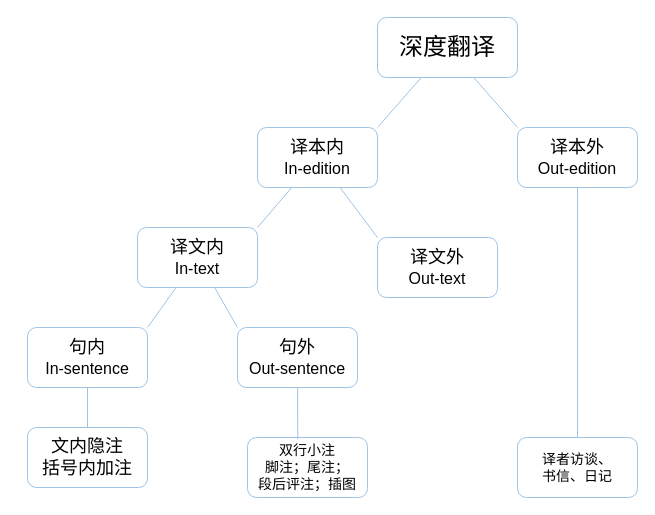
Earlier version of the draw.io diagram guangzi.drawio (Ajiandcircle/test). Source tidied: cells renumbered, new cells numbered last; positions are measured from the earlier drawing's top-left corner, leaving out a move shared by most shapes. Both pictures are drawn from the tidied source at 100%, with x=0, y=0 at pixel (27, 17).
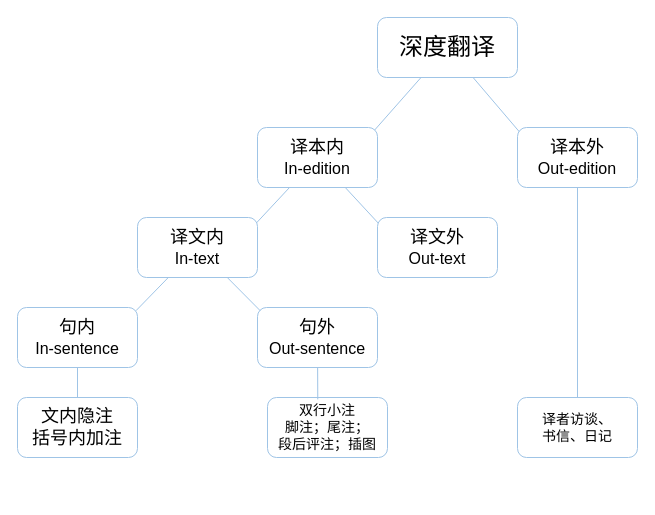
The same diagram, later.

The change refers to these unchanged cells:
```xml
<mxCell id="5" value="&lt;font style=&quot;font-size: 24px;&quot;&gt;深度翻译&lt;/font&gt;" style="rounded=1;whiteSpace=wrap;html=1;strokeColor=#9FC4E6;" parent="1" vertex="1">
  <mxGeometry x="350" width="140" height="60" as="geometry" />
</mxCell>
<mxCell id="8" value="&lt;font style=&quot;font-size: 18px;&quot;&gt;译本内&lt;/font&gt;&lt;div style=&quot;&quot;&gt;&lt;font style=&quot;font-size: 16px;&quot;&gt;In-edition&lt;/font&gt;&lt;/div&gt;" style="rounded=1;whiteSpace=wrap;html=1;strokeColor=#9FC4E6;" parent="1" vertex="1">
  <mxGeometry x="230" y="110" width="120" height="60" as="geometry" />
</mxCell>
<mxCell id="10" value="&lt;font style=&quot;font-size: 18px;&quot;&gt;译本外&lt;/font&gt;&lt;div style=&quot;&quot;&gt;&lt;font style=&quot;font-size: 16px;&quot;&gt;Out-edition&lt;/font&gt;&lt;/div&gt;" style="rounded=1;whiteSpace=wrap;html=1;strokeColor=#9FC4E6;" parent="1" vertex="1">
  <mxGeometry x="490" y="110" width="120" height="60" as="geometry" />
</mxCell>
```

Change to the diagram source:
```diff
@@
-    <mxCell id="3" style="edgeStyle=none;rounded=0;jettySize=auto;html=1;entryX=0;entryY=0;entryDx=0;entryDy=0;endArrow=none;endFill=0;strokeColor=#9FC4E6;" parent="1" edge="1" source="5" target="10">
+    <mxCell id="3" style="edgeStyle=none;rounded=0;jettySize=auto;html=1;entryX=0.02;entryY=0.082;entryDx=0;entryDy=0;endArrow=none;endFill=0;strokeColor=#9FC4E6;entryPerimeter=0;" parent="1" edge="1" source="5" target="10">
       <mxGeometry relative="1" as="geometry" />
     </mxCell>
-    <mxCell id="4" style="edgeStyle=none;rounded=0;jettySize=auto;html=1;entryX=1;entryY=0;entryDx=0;entryDy=0;endArrow=none;endFill=0;jumpStyle=none;strokeColor=#9fc4e6;" parent="1" edge="1" source="5" target="8">
+    <mxCell id="4" style="edgeStyle=none;rounded=0;jettySize=auto;html=1;entryX=0.969;entryY=0.059;entryDx=0;entryDy=0;endArrow=none;endFill=0;jumpStyle=none;strokeColor=#9fc4e6;entryPerimeter=0;" parent="1" edge="1" source="5" target="8">
       <mxGeometry relative="1" as="geometry" />
     </mxCell>
@@
-    <mxCell id="6" style="edgeStyle=none;rounded=0;jettySize=auto;html=1;entryX=1;entryY=0;entryDx=0;entryDy=0;endArrow=none;endFill=0;strokeColor=#9FC4E6;" parent="1" edge="1" source="8" target="19">
+    <mxCell id="6" style="edgeStyle=none;rounded=0;jettySize=auto;html=1;entryX=0.985;entryY=0.104;entryDx=0;entryDy=0;endArrow=none;endFill=0;strokeColor=#9FC4E6;entryPerimeter=0;" parent="1" edge="1" source="8" target="19">
       <mxGeometry relative="1" as="geometry" />
     </mxCell>
-    <mxCell id="7" style="edgeStyle=none;rounded=0;jettySize=auto;html=1;entryX=0;entryY=0;entryDx=0;entryDy=0;endArrow=none;endFill=0;strokeColor=#9FC4E6;" parent="1" edge="1" source="8" target="21">
+    <mxCell id="7" style="edgeStyle=none;rounded=0;jettySize=auto;html=1;entryX=0.019;entryY=0.121;entryDx=0;entryDy=0;endArrow=none;endFill=0;strokeColor=#9FC4E6;entryPerimeter=0;" parent="1" edge="1" source="8" target="21">
       <mxGeometry relative="1" as="geometry" />
     </mxCell>
@@
     <mxCell id="12" value="&lt;font style=&quot;font-size: 18px;&quot;&gt;句内&lt;/font&gt;&lt;div style=&quot;&quot;&gt;&lt;font style=&quot;font-size: 16px;&quot;&gt;In-sentence&lt;/font&gt;&lt;/div&gt;" style="rounded=1;whiteSpace=wrap;html=1;strokeColor=#9FC4E6;" parent="1" vertex="1">
-      <mxGeometry y="310" width="120" height="60" as="geometry" />
+      <mxGeometry x="-10" y="290" width="120" height="60" as="geometry" />
     </mxCell>
     <mxCell id="13" value="&lt;font style=&quot;font-size: 18px;&quot;&gt;句外&lt;/font&gt;&lt;div style=&quot;&quot;&gt;&lt;font style=&quot;font-size: 16px;&quot;&gt;Out-sentence&lt;/font&gt;&lt;/div&gt;" style="rounded=1;whiteSpace=wrap;html=1;strokeColor=#9FC4E6;" parent="1" vertex="1">
-      <mxGeometry x="210" y="310" width="120" height="60" as="geometry" />
+      <mxGeometry x="230" y="290" width="120" height="60" as="geometry" />
     </mxCell>
     <mxCell id="14" value="&lt;font style=&quot;font-size: 18px;&quot;&gt;文内隐注&lt;/font&gt;&lt;div style=&quot;font-size: 18px;&quot;&gt;括号内加注&lt;/div&gt;" style="rounded=1;whiteSpace=wrap;html=1;strokeColor=#9FC4E6;" parent="1" vertex="1">
-      <mxGeometry y="410" width="120" height="60" as="geometry" />
+      <mxGeometry x="-10" y="380" width="120" height="60" as="geometry" />
     </mxCell>
     <mxCell id="15" value="&lt;font style=&quot;font-size: 14px;&quot;&gt;双行小注&lt;br&gt;&lt;/font&gt;&lt;div style=&quot;font-size: 14px;&quot;&gt;&lt;font style=&quot;font-size: 14px;&quot;&gt;脚注；尾注；&lt;/font&gt;&lt;/div&gt;&lt;div style=&quot;font-size: 14px;&quot;&gt;&lt;font style=&quot;font-size: 14px;&quot;&gt;段后评注；插图&lt;/font&gt;&lt;/div&gt;" style="rounded=1;whiteSpace=wrap;html=1;strokeColor=#9FC4E6;" parent="1" vertex="1">
-      <mxGeometry x="220" y="420" width="120" height="60" as="geometry" />
+      <mxGeometry x="240" y="380" width="120" height="60" as="geometry" />
     </mxCell>
@@
-    <mxCell id="17" style="edgeStyle=none;rounded=0;jettySize=auto;html=1;entryX=1;entryY=0;entryDx=0;entryDy=0;endArrow=none;endFill=0;strokeColor=#9FC4E6;" parent="1" edge="1" source="19" target="12">
+    <mxCell id="17" style="edgeStyle=none;rounded=0;jettySize=auto;html=1;entryX=0.987;entryY=0.054;entryDx=0;entryDy=0;endArrow=none;endFill=0;strokeColor=#9FC4E6;entryPerimeter=0;" parent="1" edge="1" source="19" target="12">
       <mxGeometry relative="1" as="geometry" />
     </mxCell>
-    <mxCell id="18" style="edgeStyle=none;rounded=0;jettySize=auto;html=1;entryX=0;entryY=0;entryDx=0;entryDy=0;endArrow=none;endFill=0;strokeColor=#9FC4E6;" parent="1" edge="1" source="19" target="13">
+    <mxCell id="18" style="edgeStyle=none;rounded=0;jettySize=auto;html=1;entryX=0.023;entryY=0.054;entryDx=0;entryDy=0;endArrow=none;endFill=0;strokeColor=#9FC4E6;entryPerimeter=0;" parent="1" edge="1" source="19" target="13">
       <mxGeometry relative="1" as="geometry" />
     </mxCell>
     <mxCell id="19" value="&lt;font style=&quot;font-size: 18px;&quot;&gt;译文内&lt;/font&gt;&lt;div style=&quot;&quot;&gt;&lt;font style=&quot;font-size: 16px;&quot;&gt;In-text&lt;/font&gt;&lt;/div&gt;" style="rounded=1;whiteSpace=wrap;html=1;strokeColor=#9FC4E6;" parent="1" vertex="1">
-      <mxGeometry x="110" y="210" width="120" height="60" as="geometry" />
+      <mxGeometry x="110" y="200" width="120" height="60" as="geometry" />
     </mxCell>
@@
     <mxCell id="21" value="&lt;font style=&quot;font-size: 18px;&quot;&gt;译文外&lt;/font&gt;&lt;div style=&quot;&quot;&gt;&lt;font style=&quot;font-size: 16px;&quot;&gt;Out-text&lt;/font&gt;&lt;/div&gt;" style="rounded=1;whiteSpace=wrap;html=1;strokeColor=#9FC4E6;" parent="1" vertex="1">
-      <mxGeometry x="350" y="220" width="120" height="60" as="geometry" />
+      <mxGeometry x="350" y="200" width="120" height="60" as="geometry" />
     </mxCell>
     <mxCell id="22" value="&lt;span style=&quot;font-size: 14px;&quot;&gt;译者访谈、&lt;/span&gt;&lt;div&gt;&lt;span style=&quot;font-size: 14px;&quot;&gt;书信、日记&lt;/span&gt;&lt;/div&gt;" style="rounded=1;whiteSpace=wrap;html=1;strokeColor=#9FC4E6;" parent="1" vertex="1">
-      <mxGeometry x="490" y="420" width="120" height="60" as="geometry" />
+      <mxGeometry x="490" y="380" width="120" height="60" as="geometry" />
     </mxCell>
```
